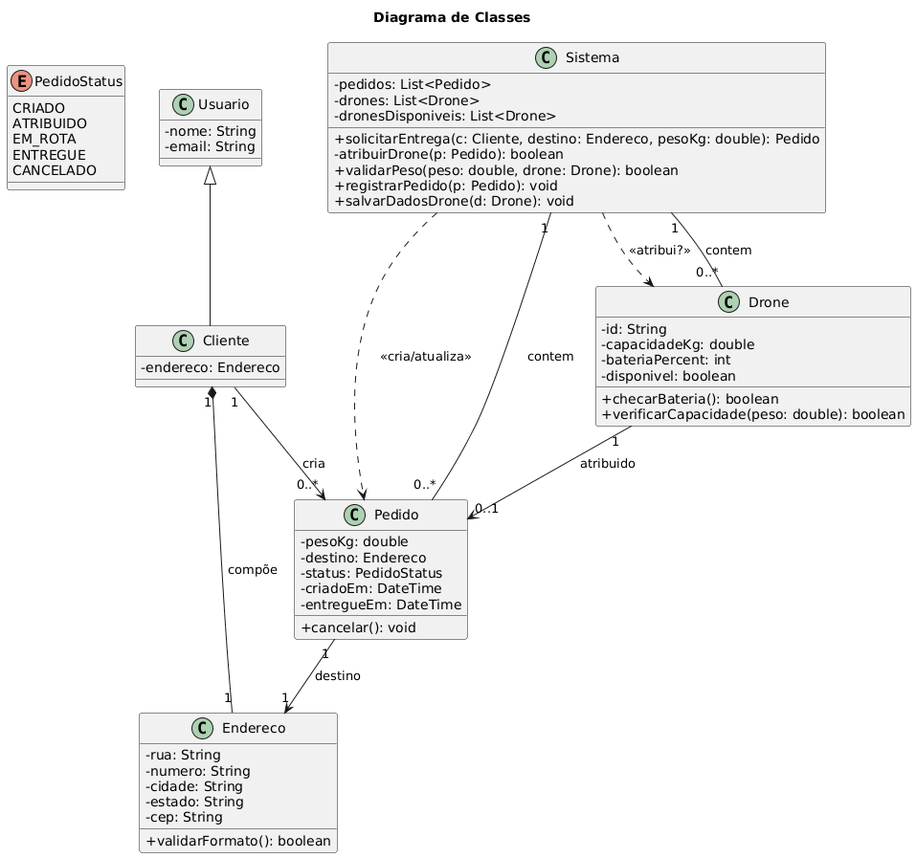
Above: docs/DiagramaClasses.png in pedrompinho2/UML-Classroom-FCI (PlantUML), before the change.
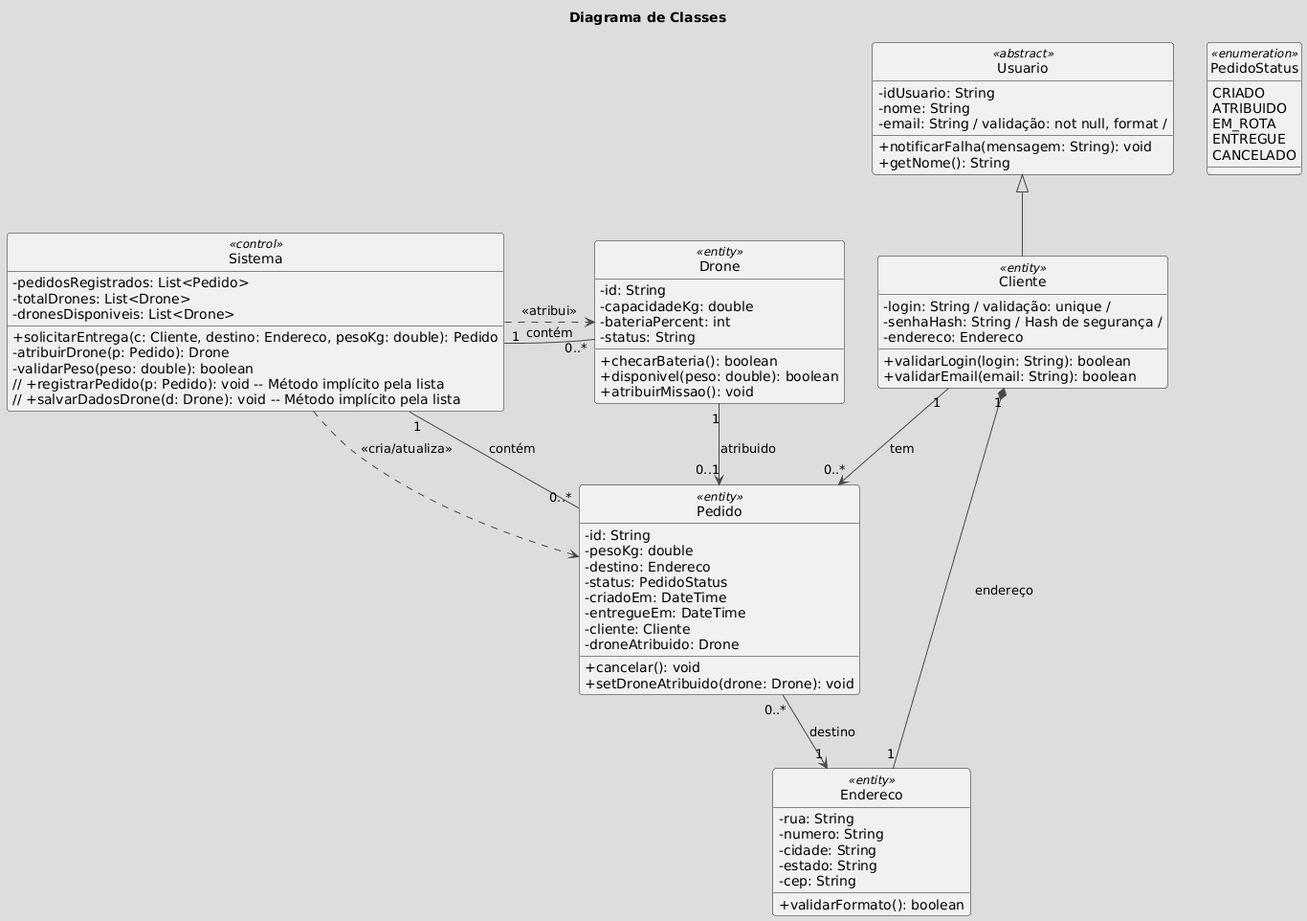
Above is the later version.

What changed in the source:
```diff
@@ -1,69 +1,90 @@
 @startuml
+!theme toy
 title Diagrama de Classes
 skinparam classAttributeIconSize 0
+hide circle
 
-enum PedidoStatus {
-  CRIADO
-  ATRIBUIDO
-  EM_ROTA
-  ENTREGUE
-  CANCELADO
+enum PedidoStatus <<enumeration>> {
+    CRIADO
+    ATRIBUIDO
+    EM_ROTA
+    ENTREGUE
+    CANCELADO
 }
 
-class Usuario {
-  -nome: String
-  -email: String
+class Usuario <<abstract>> {
+    -idUsuario: String
+    -nome: String
+    -email: String / validação: not null, format /
+    +notificarFalha(mensagem: String): void
+    +getNome(): String
 }
-class Cliente {
-  -endereco: Endereco
+
+class Cliente <<entity>> {
+    -login: String / validação: unique /
+    -senhaHash: String / Hash de segurança /
+    -endereco: Endereco
+    +validarLogin(login: String): boolean
+    +validarEmail(email: String): boolean
 }
 Usuario <|-- Cliente
 
-class Endereco {
-  -rua: String
-  -numero: String
-  -cidade: String
-  -estado: String
-  -cep: String
-  +validarFormato(): boolean
+class Endereco <<entity>> {
+    -rua: String
+    -numero: String
+    -cidade: String
+    -estado: String
+    -cep: String
+    +validarFormato(): boolean
 }
 
-class Pedido {
-  -pesoKg: double
-  -destino: Endereco
-  -status: PedidoStatus
-  -criadoEm: DateTime
-  -entregueEm: DateTime
-  +cancelar(): void
+class Pedido <<entity>> {
+    -id: String
+    -pesoKg: double
+    -destino: Endereco
+    -status: PedidoStatus
+    -criadoEm: DateTime
+    -entregueEm: DateTime
+    -cliente: Cliente
+    -droneAtribuido: Drone
+    +cancelar(): void
+    +setDroneAtribuido(drone: Drone): void
 }
 
-class Drone {
-  -id: String
-  -capacidadeKg: double
-  -bateriaPercent: int
-  -disponivel: boolean
-  +checarBateria(): boolean
-  +verificarCapacidade(peso: double): boolean
+class Drone <<entity>> {
+    -id: String
+    -capacidadeKg: double
+    -bateriaPercent: int
+    -status: String
+    +checarBateria(): boolean
+    +disponivel(peso: double): boolean
+    +atribuirMissao(): void
 }
 
-class Sistema {
-  -pedidos: List<Pedido>
-  -drones: List<Drone>
-  -dronesDisponiveis: List<Drone>
-  +solicitarEntrega(c: Cliente, destino: Endereco, pesoKg: double): Pedido
-  -atribuirDrone(p: Pedido): boolean
-  +validarPeso(peso: double, drone: Drone): boolean
-  +registrarPedido(p: Pedido): void
-  +salvarDadosDrone(d: Drone): void
+class Sistema <<control>> {
+    -pedidosRegistrados: List<Pedido>
+    -totalDrones: List<Drone>
+    -dronesDisponiveis: List<Drone>
+    +solicitarEntrega(c: Cliente, destino: Endereco, pesoKg: double): Pedido
+    -atribuirDrone(p: Pedido): Drone
+    -validarPeso(peso: double): boolean
+    // +registrarPedido(p: Pedido): void -- Método implícito pela lista
+    // +salvarDadosDrone(d: Drone): void -- Método implícito pela lista
 }
 
-Cliente "1" *-- "1" Endereco : compõe
-Cliente "1" --> "0..*" Pedido : cria
-Pedido "1" --> "1" Endereco : destino
+
+Cliente "1" *-- "1" Endereco : endereço
+
+Cliente "1" --> "0..*" Pedido : tem
+
+Pedido "0..*" --> "1" Endereco : destino
+
 Drone "1" --> "0..1" Pedido : atribuido
 
-Sistema ..> Pedido : <<cria/atualiza>>
-Sistema ..> Drone : <<atribui?>>
-Sistema "1" -- "0..*" Pedido : contem
-Sistema "1" -- "0..*" Drone : contem
+Sistema "1" -- "0..*" Pedido : contém
+Sistema "1" -- "0..*" Drone : contém
+
+Sistema .right.> Pedido : <<cria/atualiza>>
+
+Sistema .right.> Drone : <<atribui>>
 @enduml
```
